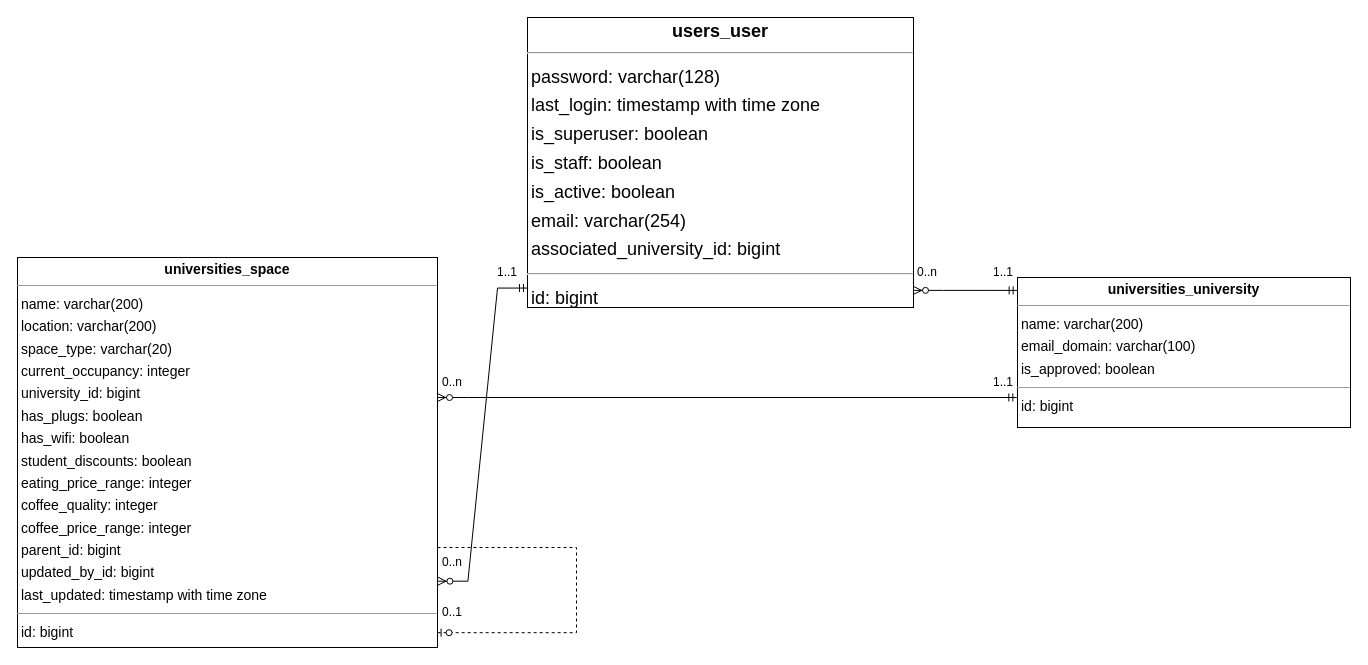
This is diagrams/db.drawio from tupkalenkodi/is_it_full, a draw.io file, before an edit. Source tidied: cells renumbered, new cells numbered last; positions are measured from the earlier drawing's top-left corner, leaving out a move shared by most shapes. Both pictures are drawn from the tidied source at 100%, with x=0, y=0 at pixel (17, 17).
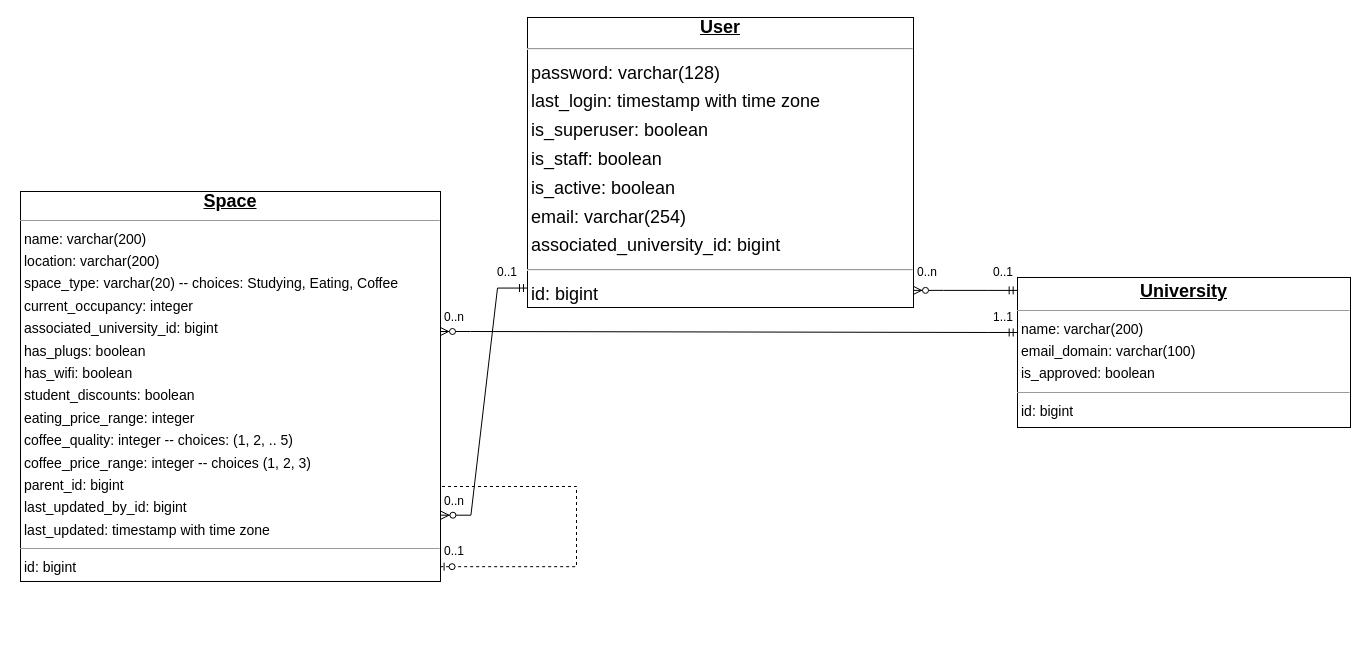
Above is the later version.

What changed in the source:
```diff
@@
 <mxGraphModel>
   <root>
     <mxCell id="0" />
     <mxCell id="1" parent="0" />
-    <mxCell id="2" value="&lt;p style=&quot;margin:0px;margin-top:4px;text-align:center;&quot;&gt;&lt;b&gt;universities_space&lt;/b&gt;&lt;/p&gt;&lt;hr size=&quot;1&quot;&gt;&lt;p style=&quot;margin:0 0 0 4px;line-height:1.6;&quot;&gt; name: varchar(200)&lt;br&gt; location: varchar(200)&lt;br&gt; space_type: varchar(20)&lt;br&gt; current_occupancy: integer&lt;br&gt;university_id: bigint&lt;br&gt;has_plugs: boolean&lt;br&gt; has_wifi: boolean&lt;br&gt; student_discounts: boolean&lt;br&gt; eating_price_range: integer&lt;br&gt; coffee_quality: integer&lt;br&gt; coffee_price_range: integer&lt;br&gt; parent_id: bigint&lt;br&gt; updated_by_id: bigint&lt;/p&gt;&lt;p style=&quot;margin:0 0 0 4px;line-height:1.6;&quot;&gt;last_updated: timestamp with time zone&lt;/p&gt;&lt;hr size=&quot;1&quot;&gt;&lt;p style=&quot;margin:0 0 0 4px;line-height:1.6;&quot;&gt; id: bigint&lt;/p&gt;" style="verticalAlign=top;align=left;overflow=fill;fontSize=14;fontFamily=Helvetica;html=1;rounded=0;shadow=0;comic=0;labelBackgroundColor=none;strokeWidth=1;" parent="1" vertex="1">
-      <mxGeometry y="240" width="420" height="390" as="geometry" />
+    <mxCell id="2" value="&lt;div align=&quot;center&quot;&gt;&lt;b&gt;&lt;u&gt;&lt;font style=&quot;font-size: 18px;&quot;&gt;Space&lt;/font&gt;&lt;/u&gt;&lt;/b&gt;&lt;/div&gt;&lt;hr size=&quot;1&quot;&gt;&lt;p style=&quot;margin:0 0 0 4px;line-height:1.6;&quot;&gt; name: varchar(200)&lt;br&gt; location: varchar(200)&lt;br&gt; space_type: varchar(20) -- choices: Studying, Eating, Coffee&lt;br&gt; current_occupancy: integer&lt;br&gt;associated_university_id: bigint&lt;br&gt;has_plugs: boolean&lt;br&gt; has_wifi: boolean&lt;br&gt; student_discounts: boolean&lt;br&gt; eating_price_range: integer&lt;br&gt; coffee_quality: integer -- choices: (1, 2, .. 5)&lt;br&gt; coffee_price_range: integer -- choices (1, 2, 3)&lt;br&gt; parent_id: bigint&lt;br&gt;last_updated_by_id: bigint&lt;/p&gt;&lt;p style=&quot;margin:0 0 0 4px;line-height:1.6;&quot;&gt;last_updated: timestamp with time zone&lt;/p&gt;&lt;hr size=&quot;1&quot;&gt;&lt;p style=&quot;margin:0 0 0 4px;line-height:1.6;&quot;&gt; id: bigint&lt;/p&gt;" style="verticalAlign=top;align=left;overflow=fill;fontSize=14;fontFamily=Helvetica;html=1;rounded=0;shadow=0;comic=0;labelBackgroundColor=none;strokeWidth=1;" parent="1" vertex="1">
+      <mxGeometry x="3" y="174" width="420" height="390" as="geometry" />
     </mxCell>
-    <mxCell id="3" value="&lt;p style=&quot;margin:0px;margin-top:4px;text-align:center;&quot;&gt;&lt;b&gt;universities_university&lt;/b&gt;&lt;/p&gt;&lt;hr size=&quot;1&quot;/&gt;&lt;p style=&quot;margin:0 0 0 4px;line-height:1.6;&quot;&gt; name: varchar(200)&lt;br/&gt; email_domain: varchar(100)&lt;br/&gt; is_approved: boolean&lt;/p&gt;&lt;hr size=&quot;1&quot;/&gt;&lt;p style=&quot;margin:0 0 0 4px;line-height:1.6;&quot;&gt; id: bigint&lt;/p&gt;" style="verticalAlign=top;align=left;overflow=fill;fontSize=14;fontFamily=Helvetica;html=1;rounded=0;shadow=0;comic=0;labelBackgroundColor=none;strokeWidth=1;" parent="1" vertex="1">
+    <mxCell id="3" value="&lt;p style=&quot;margin: 4px 0px 0px;&quot; align=&quot;center&quot;&gt;&lt;b&gt;&lt;u&gt;&lt;font style=&quot;font-size: 18px;&quot;&gt;University&lt;/font&gt;&lt;/u&gt;&lt;/b&gt;&lt;/p&gt;&lt;hr size=&quot;1&quot;&gt;&lt;p style=&quot;margin:0 0 0 4px;line-height:1.6;&quot;&gt; name: varchar(200)&lt;br&gt; email_domain: varchar(100)&lt;br&gt; is_approved: boolean&lt;/p&gt;&lt;hr size=&quot;1&quot;&gt;&lt;p style=&quot;margin:0 0 0 4px;line-height:1.6;&quot;&gt; id: bigint&lt;/p&gt;" style="verticalAlign=top;align=left;overflow=fill;fontSize=14;fontFamily=Helvetica;html=1;rounded=0;shadow=0;comic=0;labelBackgroundColor=none;strokeWidth=1;" parent="1" vertex="1">
       <mxGeometry x="1000" y="260" width="333" height="150" as="geometry" />
     </mxCell>
-    <mxCell id="4" value="&lt;p style=&quot;margin:0px;margin-top:4px;text-align:center;&quot;&gt;&lt;b&gt;users_user&lt;/b&gt;&lt;/p&gt;&lt;hr&gt;&lt;p style=&quot;margin:0 0 0 4px;line-height:1.6;&quot;&gt; password: varchar(128)&lt;br&gt; last_login: timestamp with time zone&lt;br&gt; is_superuser: boolean&lt;br&gt; is_staff: boolean&lt;br&gt; is_active: boolean&lt;br&gt; email: varchar(254)&lt;br&gt; associated_university_id: bigint&lt;/p&gt;&lt;hr&gt;&lt;p style=&quot;margin:0 0 0 4px;line-height:1.6;&quot; align=&quot;left&quot;&gt; id: bigint&lt;/p&gt;" style="verticalAlign=top;align=left;overflow=fill;fontSize=18;fontFamily=Helvetica;html=1;rounded=0;shadow=0;comic=0;labelBackgroundColor=none;strokeWidth=1;" parent="1" vertex="1">
+    <mxCell id="4" value="&lt;div align=&quot;center&quot;&gt;&lt;b&gt;&lt;u&gt;User&lt;/u&gt;&lt;/b&gt;&lt;/div&gt;&lt;hr&gt;&lt;p style=&quot;margin:0 0 0 4px;line-height:1.6;&quot;&gt; password: varchar(128)&lt;br&gt; last_login: timestamp with time zone&lt;br&gt; is_superuser: boolean&lt;br&gt; is_staff: boolean&lt;br&gt; is_active: boolean&lt;br&gt; email: varchar(254)&lt;br&gt; associated_university_id: bigint&lt;/p&gt;&lt;hr&gt;&lt;p style=&quot;margin:0 0 0 4px;line-height:1.6;&quot; align=&quot;left&quot;&gt; id: bigint&lt;/p&gt;" style="verticalAlign=top;align=left;overflow=fill;fontSize=18;fontFamily=Helvetica;html=1;rounded=0;shadow=0;comic=0;labelBackgroundColor=none;strokeWidth=1;" parent="1" vertex="1">
       <mxGeometry x="510" width="386" height="290" as="geometry" />
     </mxCell>
-    <mxCell id="5" value="1..1" style="text;html=1;whiteSpace=wrap;strokeColor=none;fillColor=none;align=center;verticalAlign=middle;rounded=0;labelBackgroundColor=none;" parent="1" vertex="1">
+    <mxCell id="5" value="0..1" style="text;html=1;whiteSpace=wrap;strokeColor=none;fillColor=none;align=center;verticalAlign=middle;rounded=0;labelBackgroundColor=none;" parent="1" vertex="1">
       <mxGeometry x="460" y="240" width="60" height="30" as="geometry" />
     </mxCell>
     <mxCell id="6" style="edgeStyle=entityRelationEdgeStyle;fontSize=12;html=1;endArrow=ERzeroToMany;startArrow=ERmandOne;rounded=0;exitX=0;exitY=0.933;exitDx=0;exitDy=0;exitPerimeter=0;entryX=1.001;entryY=0.83;entryDx=0;entryDy=0;entryPerimeter=0;labelBackgroundColor=none;fontColor=default;" parent="1" edge="1" source="4" target="2">
       <mxGeometry relative="1" as="geometry" />
     </mxCell>
     <mxCell id="7" value="0..n" style="text;html=1;whiteSpace=wrap;strokeColor=none;fillColor=none;align=center;verticalAlign=middle;rounded=0;labelBackgroundColor=none;" parent="1" vertex="1">
       <mxGeometry x="880" y="240" width="60" height="30" as="geometry" />
     </mxCell>
-    <mxCell id="8" value="1..1" style="text;html=1;whiteSpace=wrap;strokeColor=none;fillColor=none;align=center;verticalAlign=middle;rounded=0;labelBackgroundColor=none;" parent="1" vertex="1">
+    <mxCell id="8" value="0..1" style="text;html=1;whiteSpace=wrap;strokeColor=none;fillColor=none;align=center;verticalAlign=middle;rounded=0;labelBackgroundColor=none;" parent="1" vertex="1">
       <mxGeometry x="956" y="240" width="60" height="30" as="geometry" />
     </mxCell>
     <mxCell id="9" style="edgeStyle=entityRelationEdgeStyle;fontSize=12;html=1;endArrow=ERzeroToMany;startArrow=ERmandOne;rounded=0;entryX=1;entryY=0.941;entryDx=0;entryDy=0;entryPerimeter=0;exitX=-0.001;exitY=0.086;exitDx=0;exitDy=0;exitPerimeter=0;labelBackgroundColor=none;fontColor=default;" parent="1" edge="1" source="3" target="4">
       <mxGeometry relative="1" as="geometry" />
     </mxCell>
-    <mxCell id="10" style="edgeStyle=entityRelationEdgeStyle;fontSize=12;html=1;endArrow=ERzeroToMany;startArrow=ERmandOne;rounded=0;entryX=1;entryY=0.359;entryDx=0;entryDy=0;entryPerimeter=0;exitX=-0.002;exitY=0.8;exitDx=0;exitDy=0;exitPerimeter=0;labelBackgroundColor=none;fontColor=default;" parent="1" edge="1" source="3" target="2">
+    <mxCell id="10" style="edgeStyle=entityRelationEdgeStyle;fontSize=12;html=1;endArrow=ERzeroToMany;startArrow=ERmandOne;rounded=0;entryX=1;entryY=0.359;entryDx=0;entryDy=0;entryPerimeter=0;exitX=0.728;exitY=0.999;exitDx=0;exitDy=0;labelBackgroundColor=none;fontColor=default;exitPerimeter=0;" parent="1" edge="1" source="11" target="2">
       <mxGeometry relative="1" as="geometry" />
     </mxCell>
     <mxCell id="11" value="1..1" style="text;html=1;whiteSpace=wrap;strokeColor=none;fillColor=none;align=center;verticalAlign=middle;rounded=0;labelBackgroundColor=none;" parent="1" vertex="1">
-      <mxGeometry x="956" y="350" width="60" height="30" as="geometry" />
+      <mxGeometry x="956" y="285" width="60" height="30" as="geometry" />
     </mxCell>
-    <mxCell id="12" style="edgeStyle=elbowEdgeStyle;fontSize=12;html=1;endArrow=ERzeroToOne;endFill=1;rounded=0;dashed=1;entryX=0.999;entryY=0.962;entryDx=0;entryDy=0;entryPerimeter=0;labelBackgroundColor=none;fontColor=default;" parent="1" edge="1" target="2">
+    <mxCell id="12" style="edgeStyle=elbowEdgeStyle;fontSize=12;html=1;endArrow=ERzeroToOne;endFill=1;rounded=0;dashed=1;entryX=0.999;entryY=0.962;entryDx=0;entryDy=0;entryPerimeter=0;labelBackgroundColor=none;fontColor=default;exitX=0.25;exitY=0;exitDx=0;exitDy=0;" parent="1" edge="1" source="14" target="2">
       <mxGeometry relative="1" as="geometry">
-        <mxPoint x="420" y="530" as="sourcePoint" />
         <Array as="points">
           <mxPoint x="559" y="680" />
         </Array>
       </mxGeometry>
     </mxCell>
     <mxCell id="13" value="0..1" style="text;html=1;whiteSpace=wrap;strokeColor=none;fillColor=none;align=center;verticalAlign=middle;rounded=0;labelBackgroundColor=none;" parent="1" vertex="1">
-      <mxGeometry x="405" y="580" width="60" height="30" as="geometry" />
+      <mxGeometry x="407" y="519" width="60" height="30" as="geometry" />
     </mxCell>
     <mxCell id="14" value="&lt;div&gt;0..n&lt;/div&gt;" style="text;html=1;whiteSpace=wrap;strokeColor=none;fillColor=none;align=center;verticalAlign=middle;rounded=0;labelBackgroundColor=none;" parent="1" vertex="1">
-      <mxGeometry x="410" y="530" width="50" height="30" as="geometry" />
+      <mxGeometry x="412" y="469" width="50" height="30" as="geometry" />
     </mxCell>
     <mxCell id="15" value="&lt;div&gt;0..n&lt;/div&gt;" style="text;html=1;whiteSpace=wrap;strokeColor=none;fillColor=none;align=center;verticalAlign=middle;rounded=0;labelBackgroundColor=none;" parent="1" vertex="1">
-      <mxGeometry x="410" y="350" width="50" height="30" as="geometry" />
+      <mxGeometry x="412" y="285" width="50" height="30" as="geometry" />
     </mxCell>
   </root>
 </mxGraphModel>
```
